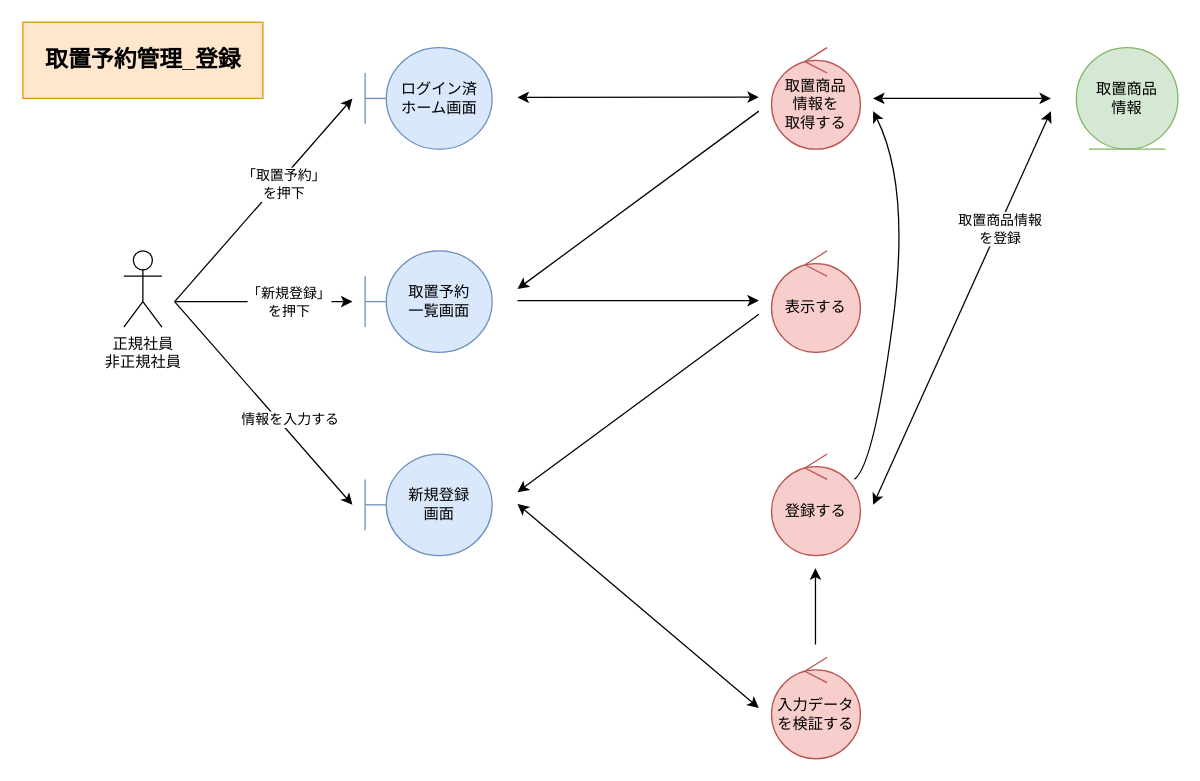
Above: page "*取置予約管理_登録" (1 of 4) of 各種設計書/3ロバストネス図/商品情報管理/F09取置予約.drawio in HaruShim/Sotuken (draw.io), before the change. Source tidied: cells renumbered, new cells numbered last; positions are measured from the earlier drawing's top-left corner, leaving out a move shared by most shapes. Both pictures are drawn from the tidied source at 127%, with x=0, y=0 at pixel (22, 22).
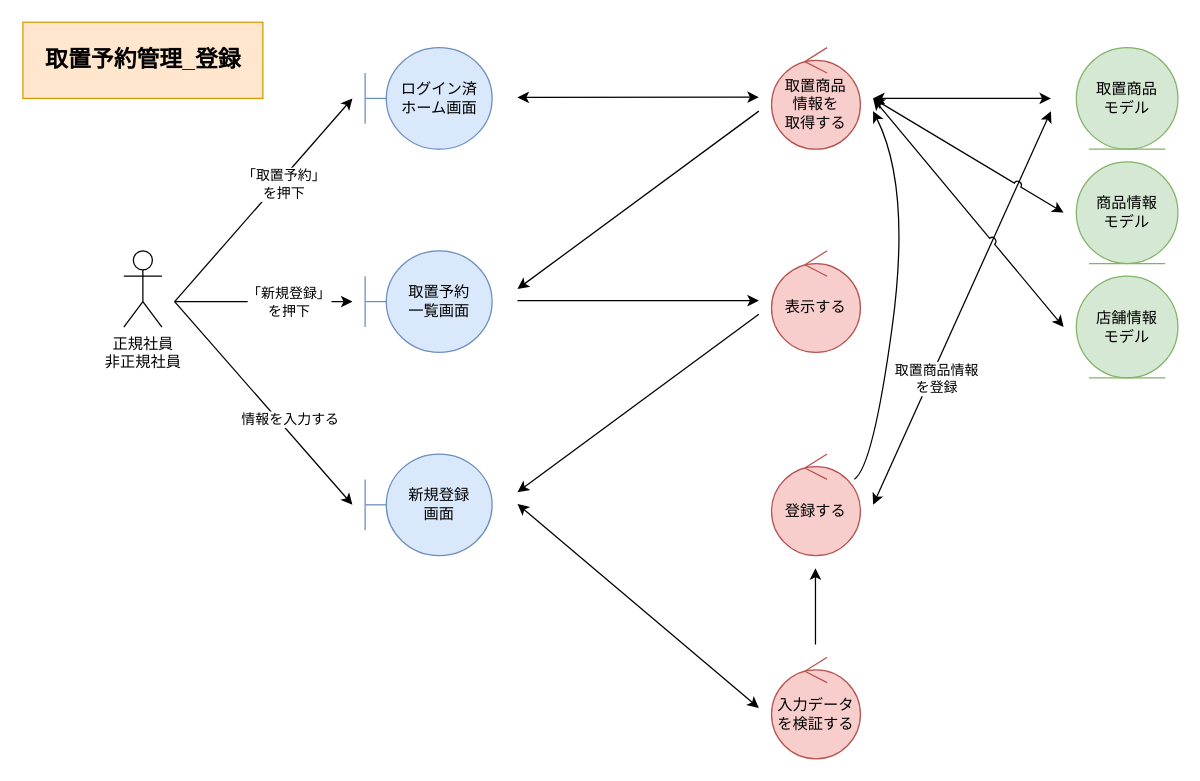
The same page after the edit.

The change refers to these unchanged cells:
```xml
<mxCell id="20" value="登録する" style="ellipse;shape=umlControl;whiteSpace=wrap;html=1;fillColor=#f8cecc;strokeColor=#b85450;" parent="1" vertex="1">
  <mxGeometry x="590" y="340" width="70" height="80" as="geometry" />
</mxCell>
```

The edit, as a diff of the source:
```diff
@@
-    <mxCell id="6" value="取置商品&lt;br&gt;情報" style="ellipse;shape=umlEntity;whiteSpace=wrap;html=1;fillColor=#d5e8d4;strokeColor=#82b366;" parent="1" vertex="1">
+    <mxCell id="6" value="取置商品&lt;br&gt;モデル" style="ellipse;shape=umlEntity;whiteSpace=wrap;html=1;fillColor=#d5e8d4;strokeColor=#82b366;" parent="1" vertex="1">
       <mxGeometry x="830" y="20" width="80" height="80" as="geometry" />
     </mxCell>
@@
-    <mxCell id="16" style="endArrow=none;html=1;rounded=0;startArrow=classic;startFill=1;strokeColor=default;labelBackgroundColor=default;fontColor=default;endFill=0;" parent="1" edge="1">
+    <mxCell id="16" style="endArrow=none;html=1;rounded=0;startArrow=classic;startFill=1;labelBackgroundColor=default;fontColor=default;endFill=0;" parent="1" edge="1">
       <mxGeometry relative="1" as="geometry">
         <mxPoint x="624.6" y="430" as="sourcePoint" />
         <mxPoint x="624.6" y="490" as="targetPoint" />
       </mxGeometry>
     </mxCell>
@@
-    <mxCell id="21" style="endArrow=classic;html=1;rounded=0;startArrow=classic;startFill=1;strokeColor=default;labelBackgroundColor=default;fontColor=default;" parent="1" edge="1">
+    <mxCell id="21" style="endArrow=classic;html=1;rounded=0;startArrow=classic;startFill=1;labelBackgroundColor=default;fontColor=default;" parent="1" edge="1">
       <mxGeometry relative="1" as="geometry">
         <mxPoint x="670" y="380" as="sourcePoint" />
         <mxPoint x="810" y="70" as="targetPoint" />
       </mxGeometry>
     </mxCell>
     <mxCell id="22" value="取置商品情報&lt;br&gt;を登録" style="edgeLabel;html=1;align=center;verticalAlign=middle;" parent="21" vertex="1">
       <mxGeometry x="0.41" y="-2" relative="1" as="geometry">
-        <mxPoint x="-1" as="offset" />
+        <mxPoint x="-51" y="118" as="offset" />
       </mxGeometry>
     </mxCell>
@@
-    <mxCell id="27" style="curved=1;endArrow=classic;html=1;rounded=0;strokeColor=default;labelBackgroundColor=default;fontColor=default;" parent="1" edge="1" source="20">
+    <mxCell id="27" style="curved=1;endArrow=classic;html=1;rounded=0;labelBackgroundColor=default;fontColor=default;" parent="1" edge="1" source="20">
       <mxGeometry relative="1" as="geometry">
         <mxPoint x="670" y="70" as="targetPoint" />
         <Array as="points">
           <mxPoint x="670" y="350" />
           <mxPoint x="700" y="130" />
         </Array>
       </mxGeometry>
     </mxCell>
+    <mxCell id="28" value="商品情報&lt;br&gt;モデル" style="ellipse;shape=umlEntity;whiteSpace=wrap;html=1;fillColor=#d5e8d4;strokeColor=#82b366;" parent="1" vertex="1">
+      <mxGeometry x="830" y="110" width="80" height="80" as="geometry" />
+    </mxCell>
+    <mxCell id="29" value="店舗情報&lt;br&gt;モデル" style="ellipse;shape=umlEntity;whiteSpace=wrap;html=1;fillColor=#d5e8d4;strokeColor=#82b366;" parent="1" vertex="1">
+      <mxGeometry x="830" y="200" width="80" height="80" as="geometry" />
+    </mxCell>
+    <mxCell id="30" style="endArrow=classic;html=1;rounded=0;startArrow=classic;startFill=1;jumpStyle=arc;" parent="1" edge="1">
+      <mxGeometry relative="1" as="geometry">
+        <mxPoint x="670" y="60" as="sourcePoint" />
+        <mxPoint x="820" y="150" as="targetPoint" />
+      </mxGeometry>
+    </mxCell>
+    <mxCell id="31" style="endArrow=classic;html=1;rounded=0;startArrow=classic;startFill=1;jumpStyle=arc;" parent="1" edge="1">
+      <mxGeometry relative="1" as="geometry">
+        <mxPoint x="670" y="60" as="sourcePoint" />
+        <mxPoint x="820" y="240" as="targetPoint" />
+      </mxGeometry>
+    </mxCell>
```
